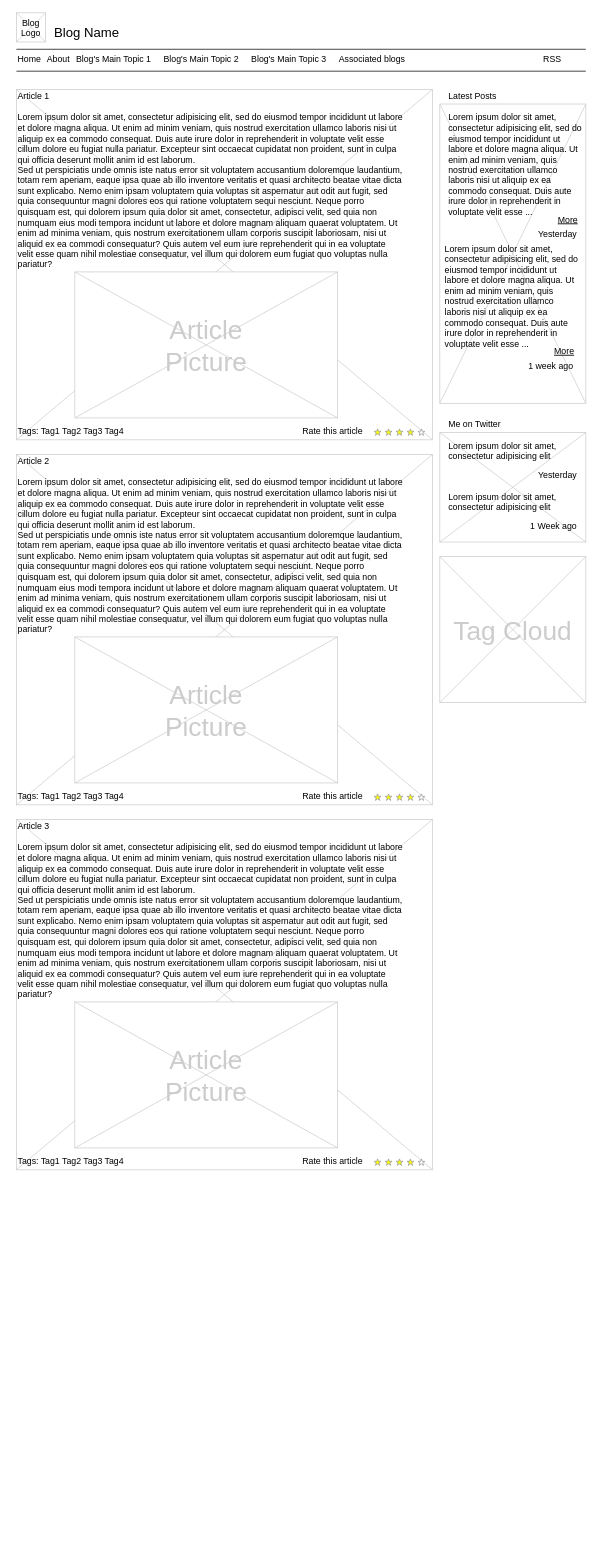
This is Untitled Diagram.drawio from xilareyna/GA_Project2, a draw.io file, before an edit. Source tidied: cells renumbered, new cells numbered last; positions are measured from the earlier drawing's top-left corner, leaving out a move shared by most shapes. Both pictures are drawn from the tidied source at 73%, with x=0, y=0 at pixel (16, 12).
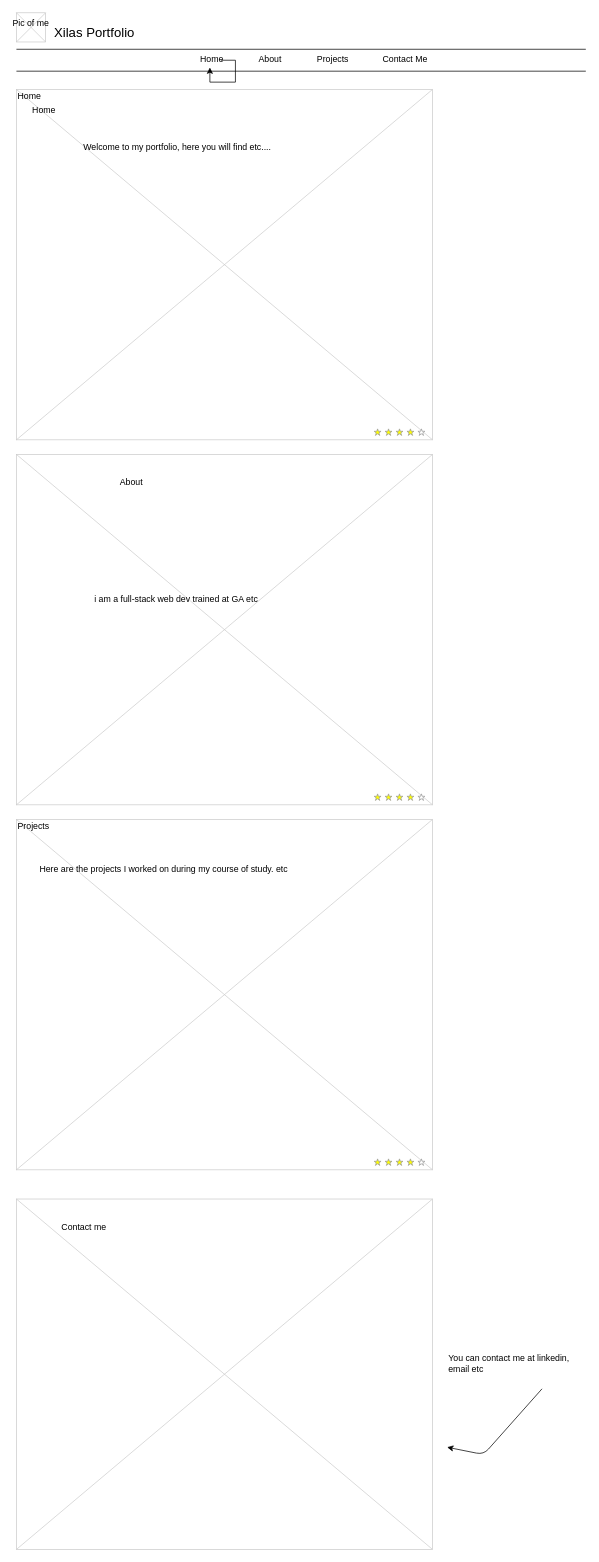
After the change.

Change to the diagram source:
```diff
@@
-    <mxCell id="2" style="verticalLabelPosition=bottom;verticalAlign=top;strokeWidth=1;shape=mxgraph.mockup.graphics.iconGrid;strokeColor=#CCCCCC;gridSize=1,1;" parent="1" vertex="1">
-      <mxGeometry x="580" y="125" width="200" height="410" as="geometry" />
-    </mxCell>
@@
-    <mxCell id="4" value="Blog Name" style="text;spacingTop=-5;fontSize=18;fontStyle=0;" parent="1" vertex="1">
+    <mxCell id="4" value="Xilas Portfolio" style="text;spacingTop=-5;fontSize=18;fontStyle=0;" parent="1" vertex="1">
       <mxGeometry x="50" y="15" width="230" height="20" as="geometry" />
     </mxCell>
@@
     <mxCell id="7" value="Home" style="text;spacingTop=-5;" parent="1" vertex="1">
-      <mxGeometry y="55" width="30" height="20" as="geometry" />
+      <mxGeometry x="250" y="55" width="30" height="20" as="geometry" />
     </mxCell>
     <mxCell id="8" value="About" style="text;spacingTop=-5;" parent="1" vertex="1">
-      <mxGeometry x="40" y="55" width="30" height="20" as="geometry" />
+      <mxGeometry x="330" y="55" width="30" height="20" as="geometry" />
     </mxCell>
-    <mxCell id="9" value="Associated blogs" style="text;spacingTop=-5;" parent="1" vertex="1">
-      <mxGeometry x="440" y="55" width="30" height="20" as="geometry" />
-    </mxCell>
-    <mxCell id="10" value="Article 1" style="text;spacingTop=-5;" parent="1" vertex="1">
+    <mxCell id="10" value="Home" style="text;spacingTop=-5;" parent="1" vertex="1">
       <mxGeometry y="105" width="30" height="20" as="geometry" />
     </mxCell>
-    <mxCell id="11" value="Lorem ipsum dolor sit amet, consectetur adipisicing elit, sed do eiusmod tempor incididunt ut labore et dolore magna aliqua. Ut enim ad minim veniam, quis nostrud exercitation ullamco laboris nisi ut aliquip ex ea commodo consequat. Duis aute irure dolor in reprehenderit in voluptate velit esse cillum dolore eu fugiat nulla pariatur. Excepteur sint occaecat cupidatat non proident, sunt in culpa qui officia deserunt mollit anim id est laborum.&#10;Sed ut perspiciatis unde omnis iste natus error sit voluptatem accusantium doloremque laudantium, totam rem aperiam, eaque ipsa quae ab illo inventore veritatis et quasi architecto beatae vitae dicta sunt explicabo. Nemo enim ipsam voluptatem quia voluptas sit aspernatur aut odit aut fugit, sed quia consequuntur magni dolores eos qui ratione voluptatem sequi nesciunt. Neque porro quisquam est, qui dolorem ipsum quia dolor sit amet, consectetur, adipisci velit, sed quia non numquam eius modi tempora incidunt ut labore et dolore magnam aliquam quaerat voluptatem. Ut enim ad minima veniam, quis nostrum exercitationem ullam corporis suscipit laboriosam, nisi ut aliquid ex ea commodi consequatur? Quis autem vel eum iure reprehenderit qui in ea voluptate velit esse quam nihil molestiae consequatur, vel illum qui dolorem eum fugiat quo voluptas nulla pariatur?" style="text;spacingTop=-5;whiteSpace=wrap;align=left;" parent="1" vertex="1">
-      <mxGeometry y="135" width="530" height="250" as="geometry" />
-    </mxCell>
-    <mxCell id="12" value="Latest Posts" style="text;spacingTop=-5;" parent="1" vertex="1">
-      <mxGeometry x="590" y="105" width="30" height="20" as="geometry" />
-    </mxCell>
-    <mxCell id="13" value="RSS" style="text;spacingTop=-5;" parent="1" vertex="1">
-      <mxGeometry x="720" y="55" width="30" height="20" as="geometry" />
-    </mxCell>
-    <mxCell id="14" value="Lorem ipsum dolor sit amet, consectetur adipisicing elit, sed do eiusmod tempor incididunt ut labore et dolore magna aliqua. Ut enim ad minim veniam, quis nostrud exercitation ullamco laboris nisi ut aliquip ex ea commodo consequat. Duis aute irure dolor in reprehenderit in voluptate velit esse ..." style="text;spacingTop=-5;whiteSpace=wrap;align=left;" parent="1" vertex="1">
-      <mxGeometry x="590" y="135" width="190" height="140" as="geometry" />
-    </mxCell>
-    <mxCell id="15" value="More" style="text;spacingTop=-5;fontStyle=4;" parent="1" vertex="1">
-      <mxGeometry x="740" y="275" width="30" height="20" as="geometry" />
-    </mxCell>
-    <mxCell id="16" value="Yesterday" style="text;spacingTop=-5;fontStyle=0;align=right;" parent="1" vertex="1">
-      <mxGeometry x="740" y="295" width="30" height="20" as="geometry" />
-    </mxCell>
-    <mxCell id="17" value="Lorem ipsum dolor sit amet, consectetur adipisicing elit, sed do eiusmod tempor incididunt ut labore et dolore magna aliqua. Ut enim ad minim veniam, quis nostrud exercitation ullamco laboris nisi ut aliquip ex ea commodo consequat. Duis aute irure dolor in reprehenderit in voluptate velit esse ..." style="text;spacingTop=-5;whiteSpace=wrap;align=left;" parent="1" vertex="1">
-      <mxGeometry x="585" y="315" width="190" height="140" as="geometry" />
-    </mxCell>
-    <mxCell id="18" value="More" style="text;spacingTop=-5;fontStyle=4;" parent="1" vertex="1">
-      <mxGeometry x="735" y="455" width="30" height="20" as="geometry" />
-    </mxCell>
-    <mxCell id="19" value="1 week ago" style="text;spacingTop=-5;fontStyle=0;align=right;" parent="1" vertex="1">
-      <mxGeometry x="735" y="475" width="30" height="20" as="geometry" />
-    </mxCell>
@@
-    <mxCell id="21" value="Blog &#10;Logo" style="text;spacingTop=-5;align=center;" parent="1" vertex="1">
+    <mxCell id="21" value="Pic of me" style="text;spacingTop=-5;align=center;" parent="1" vertex="1">
       <mxGeometry y="5" width="40" height="40" as="geometry" />
     </mxCell>
-    <mxCell id="22" value="Blog's Main Topic 1" style="text;spacingTop=-5;" parent="1" vertex="1">
-      <mxGeometry x="80" y="55" width="30" height="20" as="geometry" />
+    <mxCell id="22" value="Projects" style="text;spacingTop=-5;" parent="1" vertex="1">
+      <mxGeometry x="410" y="55" width="30" height="20" as="geometry" />
     </mxCell>
-    <mxCell id="23" value="Blog's Main Topic 2" style="text;spacingTop=-5;" parent="1" vertex="1">
-      <mxGeometry x="200" y="55" width="30" height="20" as="geometry" />
-    </mxCell>
-    <mxCell id="24" value="Blog's Main Topic 3" style="text;spacingTop=-5;" parent="1" vertex="1">
-      <mxGeometry x="320" y="55" width="30" height="20" as="geometry" />
-    </mxCell>
-    <mxCell id="25" style="verticalLabelPosition=bottom;verticalAlign=top;strokeWidth=1;shape=mxgraph.mockup.graphics.iconGrid;strokeColor=#CCCCCC;gridSize=1,1;" parent="1" vertex="1">
-      <mxGeometry x="80" y="355" width="360" height="200" as="geometry" />
-    </mxCell>
-    <mxCell id="26" value="Article&#10;Picture" style="text;spacingTop=-5;align=center;verticalAlign=middle;fontSize=36;fontColor=#CCCCCC;" parent="1" vertex="1">
-      <mxGeometry x="80" y="355" width="360" height="200" as="geometry" />
-    </mxCell>
@@
-    <mxCell id="28" value="Article 2" style="text;spacingTop=-5;" parent="1" vertex="1">
-      <mxGeometry y="605" width="30" height="20" as="geometry" />
+    <mxCell id="28" value="About" style="text;spacingTop=-5;" parent="1" vertex="1">
+      <mxGeometry x="140" y="635" width="310" height="60" as="geometry" />
     </mxCell>
-    <mxCell id="29" value="Lorem ipsum dolor sit amet, consectetur adipisicing elit, sed do eiusmod tempor incididunt ut labore et dolore magna aliqua. Ut enim ad minim veniam, quis nostrud exercitation ullamco laboris nisi ut aliquip ex ea commodo consequat. Duis aute irure dolor in reprehenderit in voluptate velit esse cillum dolore eu fugiat nulla pariatur. Excepteur sint occaecat cupidatat non proident, sunt in culpa qui officia deserunt mollit anim id est laborum.&#10;Sed ut perspiciatis unde omnis iste natus error sit voluptatem accusantium doloremque laudantium, totam rem aperiam, eaque ipsa quae ab illo inventore veritatis et quasi architecto beatae vitae dicta sunt explicabo. Nemo enim ipsam voluptatem quia voluptas sit aspernatur aut odit aut fugit, sed quia consequuntur magni dolores eos qui ratione voluptatem sequi nesciunt. Neque porro quisquam est, qui dolorem ipsum quia dolor sit amet, consectetur, adipisci velit, sed quia non numquam eius modi tempora incidunt ut labore et dolore magnam aliquam quaerat voluptatem. Ut enim ad minima veniam, quis nostrum exercitationem ullam corporis suscipit laboriosam, nisi ut aliquid ex ea commodi consequatur? Quis autem vel eum iure reprehenderit qui in ea voluptate velit esse quam nihil molestiae consequatur, vel illum qui dolorem eum fugiat quo voluptas nulla pariatur?" style="text;spacingTop=-5;whiteSpace=wrap;align=left;" parent="1" vertex="1">
-      <mxGeometry y="635" width="530" height="250" as="geometry" />
-    </mxCell>
-    <mxCell id="30" style="verticalLabelPosition=bottom;verticalAlign=top;strokeWidth=1;shape=mxgraph.mockup.graphics.iconGrid;strokeColor=#CCCCCC;gridSize=1,1;" parent="1" vertex="1">
-      <mxGeometry x="80" y="855" width="360" height="200" as="geometry" />
-    </mxCell>
-    <mxCell id="31" value="Article&#10;Picture" style="text;spacingTop=-5;align=center;verticalAlign=middle;fontSize=36;fontColor=#CCCCCC;" parent="1" vertex="1">
-      <mxGeometry x="80" y="855" width="360" height="200" as="geometry" />
-    </mxCell>
@@
-    <mxCell id="33" value="Article 3" style="text;spacingTop=-5;" parent="1" vertex="1">
+    <mxCell id="33" value="Projects" style="text;spacingTop=-5;" parent="1" vertex="1">
       <mxGeometry y="1105" width="30" height="20" as="geometry" />
     </mxCell>
-    <mxCell id="34" value="Lorem ipsum dolor sit amet, consectetur adipisicing elit, sed do eiusmod tempor incididunt ut labore et dolore magna aliqua. Ut enim ad minim veniam, quis nostrud exercitation ullamco laboris nisi ut aliquip ex ea commodo consequat. Duis aute irure dolor in reprehenderit in voluptate velit esse cillum dolore eu fugiat nulla pariatur. Excepteur sint occaecat cupidatat non proident, sunt in culpa qui officia deserunt mollit anim id est laborum.&#10;Sed ut perspiciatis unde omnis iste natus error sit voluptatem accusantium doloremque laudantium, totam rem aperiam, eaque ipsa quae ab illo inventore veritatis et quasi architecto beatae vitae dicta sunt explicabo. Nemo enim ipsam voluptatem quia voluptas sit aspernatur aut odit aut fugit, sed quia consequuntur magni dolores eos qui ratione voluptatem sequi nesciunt. Neque porro quisquam est, qui dolorem ipsum quia dolor sit amet, consectetur, adipisci velit, sed quia non numquam eius modi tempora incidunt ut labore et dolore magnam aliquam quaerat voluptatem. Ut enim ad minima veniam, quis nostrum exercitationem ullam corporis suscipit laboriosam, nisi ut aliquid ex ea commodi consequatur? Quis autem vel eum iure reprehenderit qui in ea voluptate velit esse quam nihil molestiae consequatur, vel illum qui dolorem eum fugiat quo voluptas nulla pariatur?" style="text;spacingTop=-5;whiteSpace=wrap;align=left;" parent="1" vertex="1">
-      <mxGeometry y="1135" width="530" height="250" as="geometry" />
+    <mxCell id="34" value="Here are the projects I worked on during my course of study. etc" style="text;spacingTop=-5;whiteSpace=wrap;align=left;" parent="1" vertex="1">
+      <mxGeometry x="30" y="1165" width="530" height="250" as="geometry" />
     </mxCell>
-    <mxCell id="35" style="verticalLabelPosition=bottom;verticalAlign=top;strokeWidth=1;shape=mxgraph.mockup.graphics.iconGrid;strokeColor=#CCCCCC;gridSize=1,1;" parent="1" vertex="1">
-      <mxGeometry x="80" y="1355" width="360" height="200" as="geometry" />
-    </mxCell>
-    <mxCell id="36" value="Article&#10;Picture" style="text;spacingTop=-5;align=center;verticalAlign=middle;fontSize=36;fontColor=#CCCCCC;" parent="1" vertex="1">
-      <mxGeometry x="80" y="1355" width="360" height="200" as="geometry" />
-    </mxCell>
@@
-    <mxCell id="38" value="Rate this article" style="text;spacingTop=-5;" parent="1" vertex="1">
-      <mxGeometry x="390" y="565" width="30" height="20" as="geometry" />
-    </mxCell>
@@
-    <mxCell id="40" value="Rate this article" style="text;spacingTop=-5;" parent="1" vertex="1">
-      <mxGeometry x="390" y="1065" width="30" height="20" as="geometry" />
-    </mxCell>
@@
-    <mxCell id="42" value="Rate this article" style="text;spacingTop=-5;" parent="1" vertex="1">
-      <mxGeometry x="390" y="1565" width="30" height="20" as="geometry" />
-    </mxCell>
-    <mxCell id="43" value="Tags: Tag1 Tag2 Tag3 Tag4" style="text;spacingTop=-5;" parent="1" vertex="1">
-      <mxGeometry y="565" width="210" height="20" as="geometry" />
-    </mxCell>
-    <mxCell id="44" value="Tags: Tag1 Tag2 Tag3 Tag4" style="text;spacingTop=-5;" parent="1" vertex="1">
-      <mxGeometry y="1065" width="210" height="20" as="geometry" />
-    </mxCell>
-    <mxCell id="45" value="Tags: Tag1 Tag2 Tag3 Tag4" style="text;spacingTop=-5;" parent="1" vertex="1">
-      <mxGeometry y="1565" width="210" height="20" as="geometry" />
-    </mxCell>
-    <mxCell id="46" style="verticalLabelPosition=bottom;verticalAlign=top;strokeWidth=1;shape=mxgraph.mockup.graphics.iconGrid;strokeColor=#CCCCCC;gridSize=1,1;" parent="1" vertex="1">
-      <mxGeometry x="580" y="575" width="200" height="150" as="geometry" />
-    </mxCell>
-    <mxCell id="47" value="Me on Twitter" style="text;spacingTop=-5;" parent="1" vertex="1">
-      <mxGeometry x="590" y="555" width="30" height="20" as="geometry" />
-    </mxCell>
-    <mxCell id="48" value="Lorem ipsum dolor sit amet, consectetur adipisicing elit" style="text;spacingTop=-5;whiteSpace=wrap;align=left;" parent="1" vertex="1">
-      <mxGeometry x="590" y="585" width="190" height="40" as="geometry" />
-    </mxCell>
-    <mxCell id="49" value="Yesterday" style="text;spacingTop=-5;fontStyle=0;align=right;" parent="1" vertex="1">
-      <mxGeometry x="740" y="625" width="30" height="20" as="geometry" />
-    </mxCell>
-    <mxCell id="50" style="verticalLabelPosition=bottom;verticalAlign=top;strokeWidth=1;shape=mxgraph.mockup.graphics.iconGrid;strokeColor=#CCCCCC;gridSize=1,1;" parent="1" vertex="1">
-      <mxGeometry x="580" y="745" width="200" height="200" as="geometry" />
-    </mxCell>
-    <mxCell id="51" value="Tag Cloud" style="text;spacingTop=-5;align=center;verticalAlign=middle;fontSize=36;fontColor=#CCCCCC;" parent="1" vertex="1">
-      <mxGeometry x="580" y="745" width="200" height="200" as="geometry" />
-    </mxCell>
-    <mxCell id="52" value="Lorem ipsum dolor sit amet, consectetur adipisicing elit" style="text;spacingTop=-5;whiteSpace=wrap;align=left;" parent="1" vertex="1">
-      <mxGeometry x="590" y="655" width="190" height="40" as="geometry" />
+    <mxCell id="52" value="You can contact me at linkedin, email etc" style="text;spacingTop=-5;whiteSpace=wrap;align=left;" parent="1" vertex="1">
+      <mxGeometry x="590" y="1835" width="190" height="40" as="geometry" />
     </mxCell>
-    <mxCell id="53" value="1 Week ago" style="text;spacingTop=-5;fontStyle=0;align=right;" parent="1" vertex="1">
-      <mxGeometry x="740" y="695" width="30" height="20" as="geometry" />
-    </mxCell>
+    <mxCell id="54" style="edgeStyle=orthogonalEdgeStyle;rounded=0;orthogonalLoop=1;jettySize=auto;html=1;exitX=1;exitY=0.5;exitDx=0;exitDy=0;" parent="1" edge="1" source="7" target="7">
+      <mxGeometry relative="1" as="geometry" />
+    </mxCell>
+    <mxCell id="55" value="Contact Me" style="text;spacingTop=-5;" parent="1" vertex="1">
+      <mxGeometry x="500" y="55" width="30" height="20" as="geometry" />
+    </mxCell>
+    <mxCell id="56" value="Welcome to my portfolio, here you will find etc....&#10;" style="text;spacingTop=-5;" parent="1" vertex="1">
+      <mxGeometry x="90" y="175" width="300" height="140" as="geometry" />
+    </mxCell>
+    <mxCell id="57" value="Home" style="text;spacingTop=-5;" parent="1" vertex="1">
+      <mxGeometry x="20" y="125" width="30" height="20" as="geometry" />
+    </mxCell>
+    <mxCell id="58" value="i am a full-stack web dev trained at GA etc" style="text;spacingTop=-5;" parent="1" vertex="1">
+      <mxGeometry x="105" y="795" width="310" height="60" as="geometry" />
+    </mxCell>
+    <mxCell id="59" style="verticalLabelPosition=bottom;verticalAlign=top;strokeWidth=1;shape=mxgraph.mockup.graphics.iconGrid;strokeColor=#CCCCCC;gridSize=1,1;" parent="1" vertex="1">
+      <mxGeometry y="1625" width="570" height="480" as="geometry" />
+    </mxCell>
+    <mxCell id="60" value="Contact me" style="text;spacingTop=-5;" parent="1" vertex="1">
+      <mxGeometry x="60" y="1655" width="30" height="20" as="geometry" />
+    </mxCell>
+    <mxCell id="61" style="endArrow=classic;html=1;" parent="1" edge="1">
+      <mxGeometry relative="1" as="geometry">
+        <mxPoint x="720" y="1885" as="sourcePoint" />
+        <mxPoint x="590" y="1965" as="targetPoint" />
+        <Array as="points">
+          <mxPoint x="640" y="1975" />
+        </Array>
+      </mxGeometry>
+    </mxCell>
```
